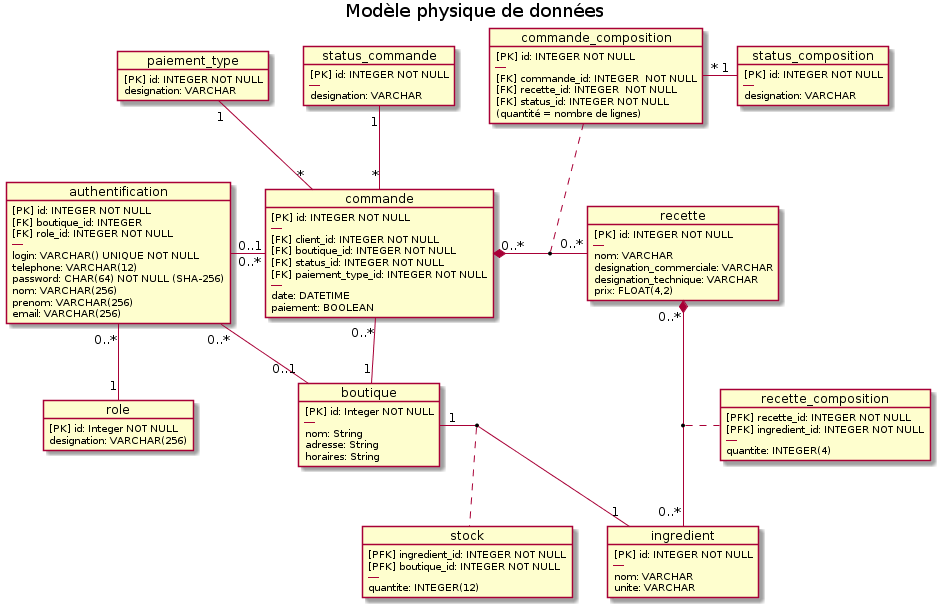
Before: doc/img/07_MPD.png, a diagram exported from PlantUML (Zepmanbc/oc_dapython_pr6).
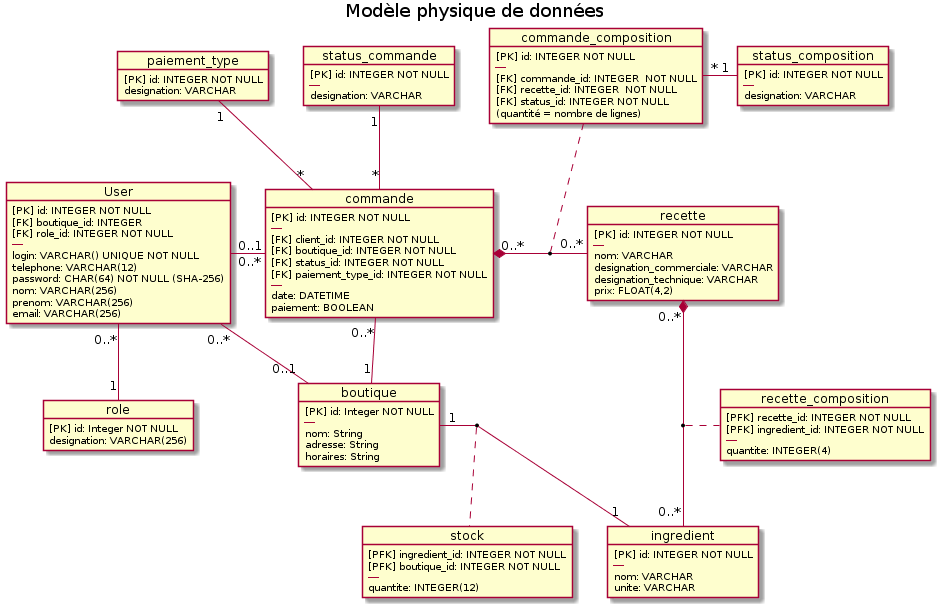
The same file after the commit.

Commit message:
mise a jour de authentification => user dans les diagrammes

Change to the diagram source:
```diff
@@ -70,7 +70,7 @@
 
 }
 
-object authentification{
+object User{
     [PK] id: INTEGER NOT NULL
     [FK] boutique_id: INTEGER
     [FK] role_id: INTEGER NOT NULL
@@ -102,8 +102,8 @@
 recette "0..*" *-- "0..*" ingredient
 (recette, ingredient) . recette_composition
 
-authentification "0..1" - "0..*" commande
-authentification "0..*" - "0..1" boutique
+User "0..1" - "0..*" commande
+User "0..*" - "0..1" boutique
 commande "0..*" -- "1" boutique
 
 boutique "1" - "1" ingredient
@@ -112,7 +112,7 @@
 status_commande "1" -- "*" commande
 commande_composition "*" - "1" status_composition
 
-authentification "0..*" -- "1" role
+User "0..*" -- "1" role
 
 paiement_type "1" -- "*" commande
 
```
